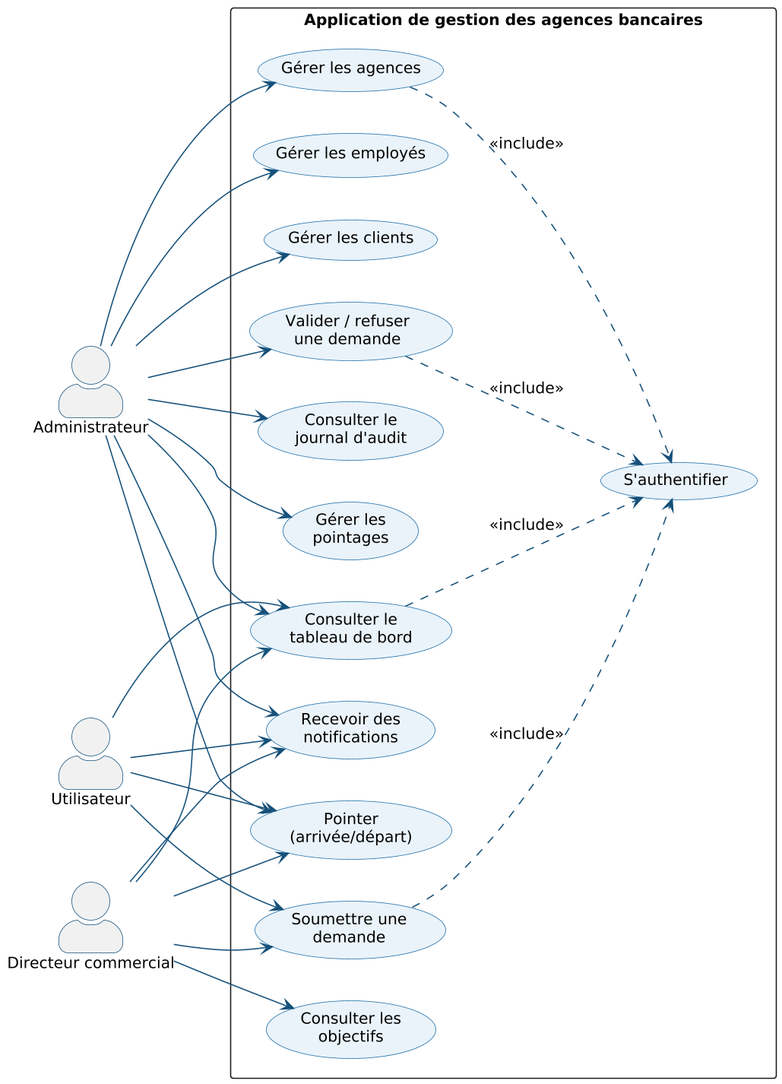
Earlier version of the PlantUML export rapport-latex/diagrams/uc_global.png (ZizouX0/oussema_korbosli).
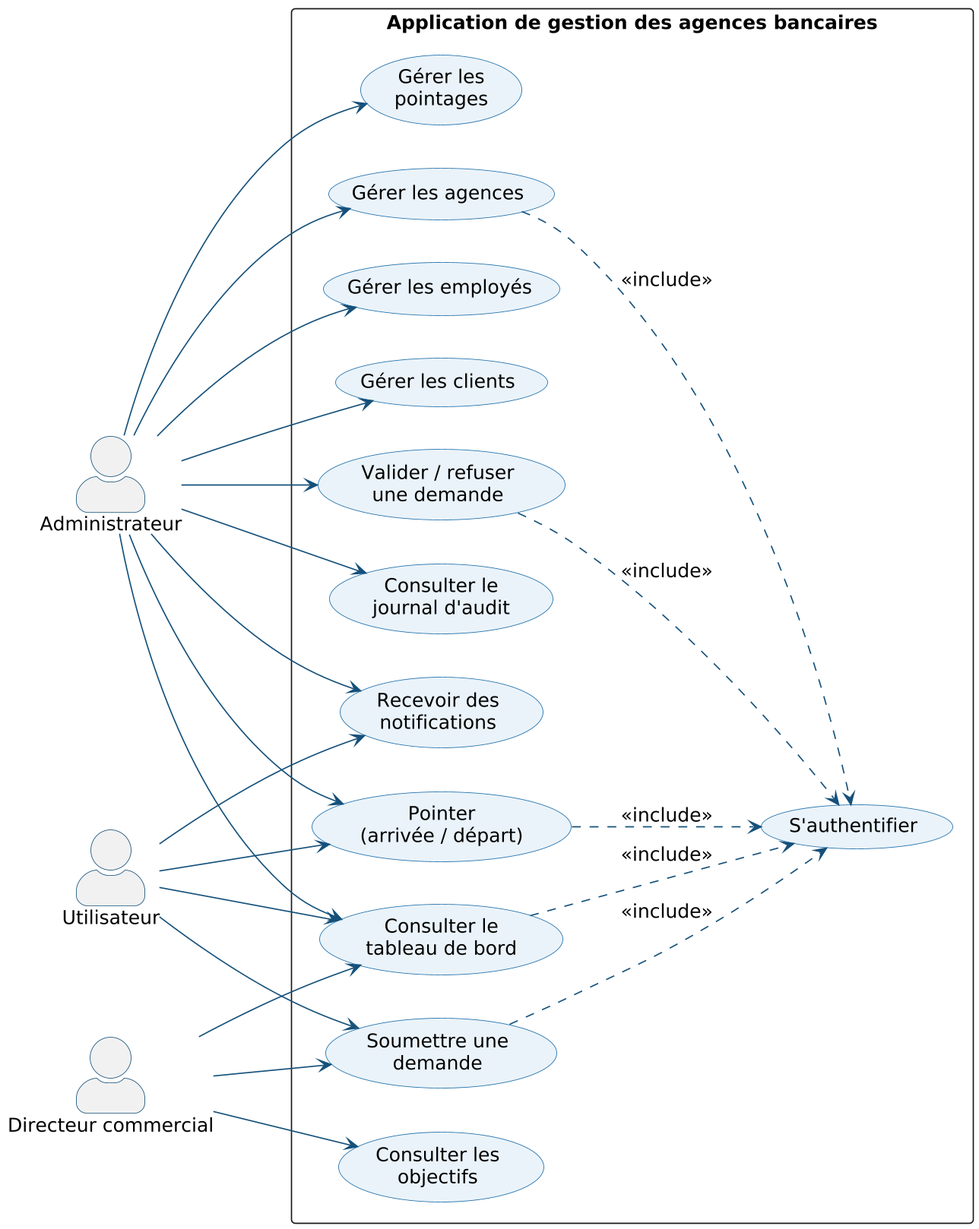
After the change.

Commit message:
Display global use-case diagram full-page (vertical) for clarity

Change to the diagram source:
```diff
@@ -1,18 +1,19 @@
 @startuml
-
-skinparam dpi 150
+skinparam dpi 160
 skinparam shadowing false
 skinparam DefaultFontName Arial
-skinparam DefaultFontSize 13
+skinparam DefaultFontSize 15
 skinparam ArrowColor #14507A
 skinparam roundCorner 6
-
 left to right direction
 skinparam packageStyle rectangle
 skinparam actorStyle awesome
 skinparam usecaseBackgroundColor #EAF3FA
 skinparam usecaseBorderColor #1B6CA8
 skinparam actorBorderColor #14507A
+skinparam nodesep 34
+skinparam ranksep 75
+
 actor "Administrateur" as ADM
 actor "Directeur commercial" as DIR
 actor "Utilisateur" as USR
@@ -27,7 +28,7 @@
   usecase "Valider / refuser\nune demande" as UC7
   usecase "Consulter le\njournal d'audit" as UC8
   usecase "Recevoir des\nnotifications" as UC9
-  usecase "Pointer\n(arrivée/départ)" as UC10
+  usecase "Pointer\n(arrivée / départ)" as UC10
   usecase "Gérer les\npointages" as UC11
 }
 ADM --> UC1
@@ -37,19 +38,18 @@
 ADM --> UC7
 ADM --> UC8
 ADM --> UC9
+ADM --> UC11
 DIR --> UC1
 DIR --> UC5
 DIR --> UC6
-DIR --> UC9
 USR --> UC1
 USR --> UC6
 USR --> UC9
+USR --> UC10
 ADM --> UC10
-DIR --> UC10
-USR --> UC10
-ADM --> UC11
 UC1 ..> UC0 : <<include>>
 UC2 ..> UC0 : <<include>>
 UC6 ..> UC0 : <<include>>
 UC7 ..> UC0 : <<include>>
+UC10 ..> UC0 : <<include>>
 @enduml
```
